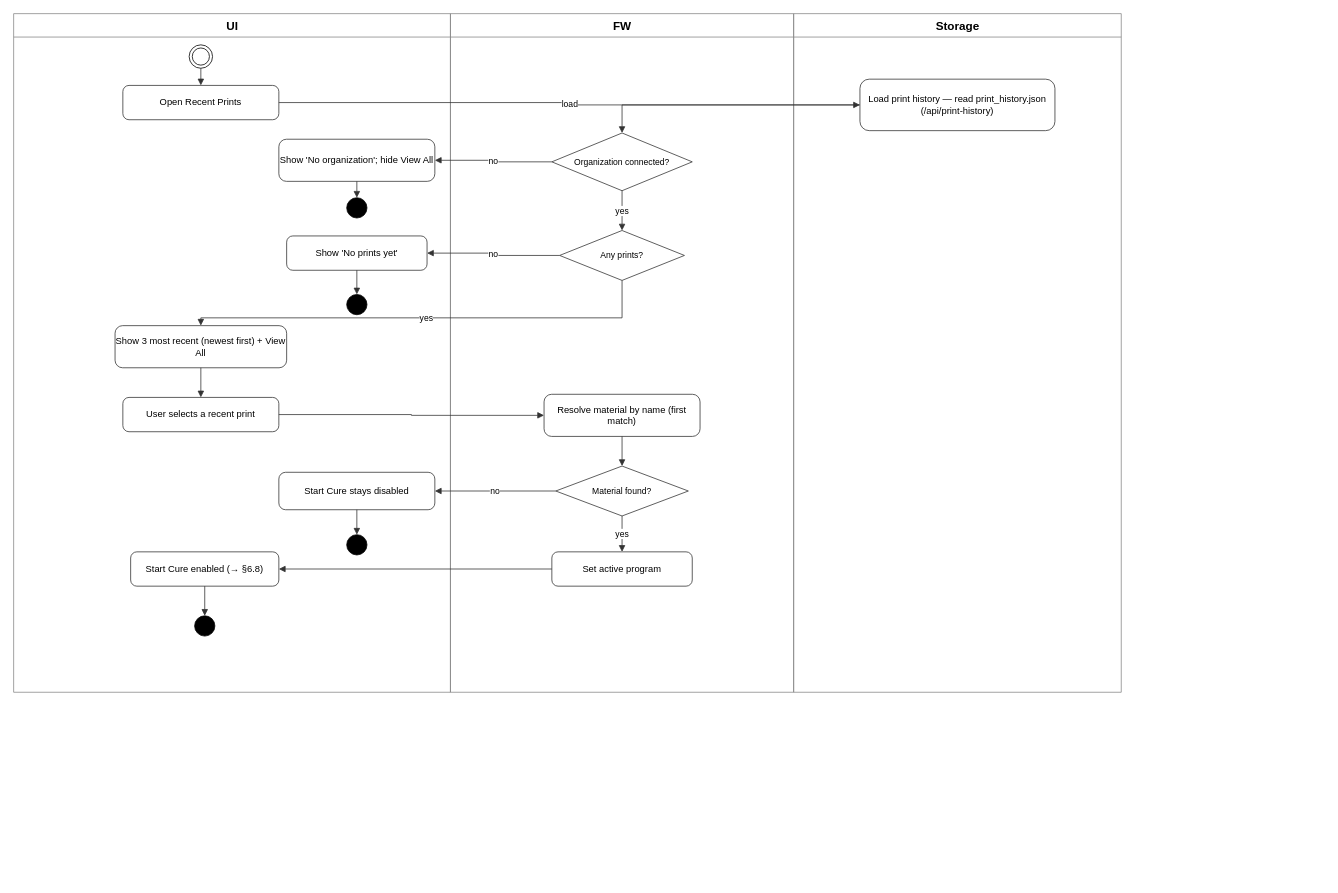
Before: docs/diagrams/recent-prints-flow.drawio in Amitaiw6/sCure-A, a draw.io diagram. Source tidied: cells renumbered, new cells numbered last; positions are measured from the earlier drawing's top-left corner, leaving out a move shared by most shapes. Both pictures are drawn from the tidied source at 78%, with x=0, y=0 at pixel (13, 13).
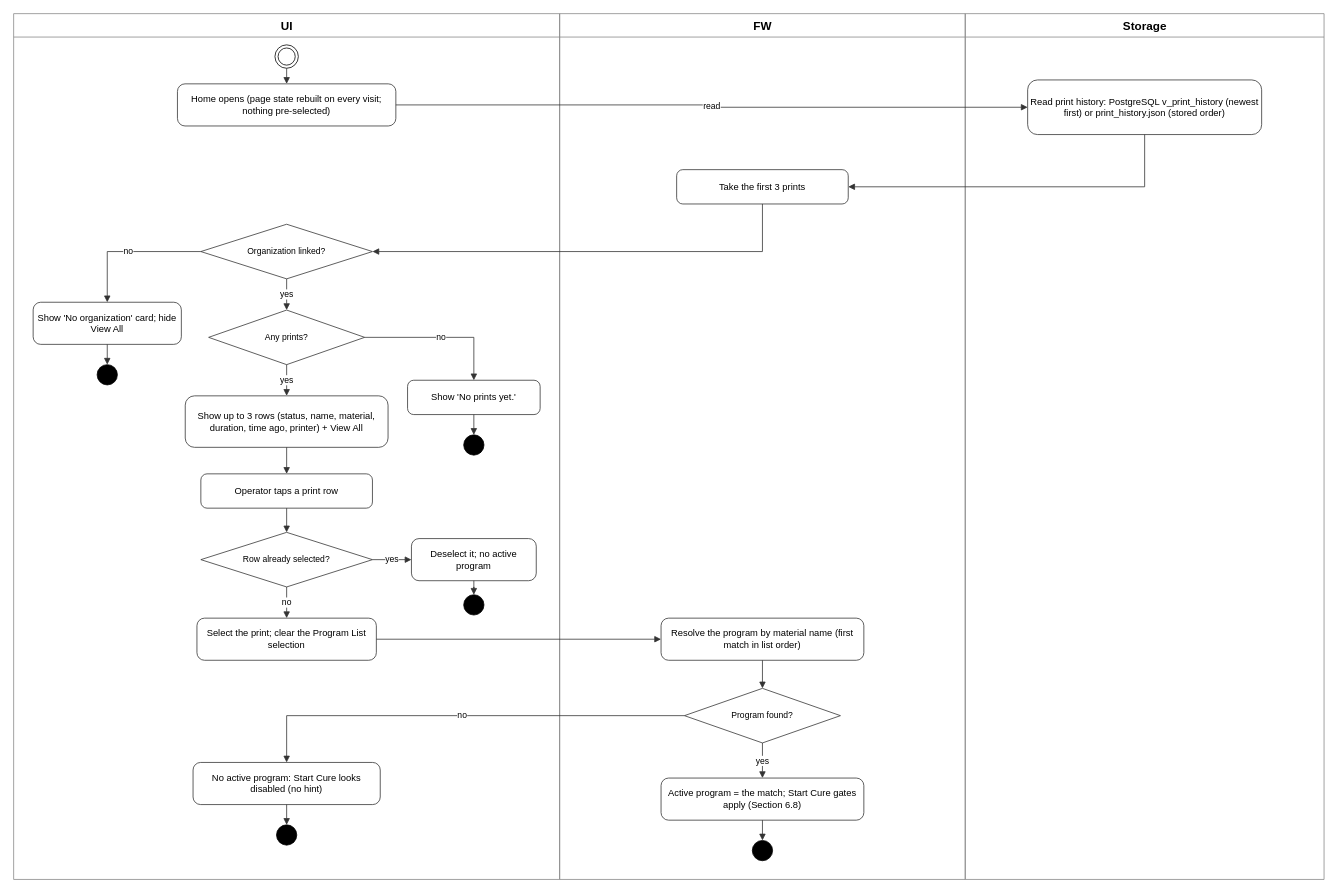
The same page after the edit.

The edit, as a diff of the source:
```diff
@@
     <mxCell id="2" value="UI" style="swimlane;html=1;startSize=30;horizontal=1;fillColor=none;strokeColor=#888888;fontSize=15;fontStyle=1;align=center;verticalAlign=top;swimlaneFillColor=none;" parent="1" vertex="1">
-      <mxGeometry width="560" height="870" as="geometry" />
+      <mxGeometry width="700" height="1110" as="geometry" />
     </mxCell>
-    <mxCell id="3" style="ellipse;whiteSpace=wrap;html=1;fillColor=#000000;strokeColor=#000000;" parent="2" vertex="1">
-      <mxGeometry x="427" y="360" width="26" height="26" as="geometry" />
-    </mxCell>
     <mxCell id="4" value="FW" style="swimlane;html=1;startSize=30;horizontal=1;fillColor=none;strokeColor=#888888;fontSize=15;fontStyle=1;align=center;verticalAlign=top;swimlaneFillColor=none;" parent="1" vertex="1">
-      <mxGeometry x="560" width="440" height="870" as="geometry" />
+      <mxGeometry x="700" width="520" height="1110" as="geometry" />
     </mxCell>
     <mxCell id="5" value="Storage" style="swimlane;html=1;startSize=30;horizontal=1;fillColor=none;strokeColor=#888888;fontSize=15;fontStyle=1;align=center;verticalAlign=top;swimlaneFillColor=none;" parent="1" vertex="1">
-      <mxGeometry x="1000" width="420" height="870" as="geometry" />
+      <mxGeometry x="1220" width="460" height="1110" as="geometry" />
     </mxCell>
     <mxCell id="6" style="ellipse;shape=doubleEllipse;html=1;dashed=0;whiteSpace=wrap;fillColor=#FFFFFF;strokeColor=#000000;" parent="1" vertex="1">
-      <mxGeometry x="225" y="40" width="30" height="30" as="geometry" />
+      <mxGeometry x="335" y="40" width="30" height="30" as="geometry" />
     </mxCell>
-    <mxCell id="7" value="Open Recent Prints" style="rounded=1;whiteSpace=wrap;html=1;arcSize=18;fillColor=#FFFFFF;strokeColor=#333333;fontSize=12;" parent="1" vertex="1">
-      <mxGeometry x="140" y="92" width="200" height="44" as="geometry" />
-    </mxCell>
-    <mxCell id="8" value="Load print history — read print_history.json (/api/print-history)" style="rounded=1;whiteSpace=wrap;html=1;arcSize=18;fillColor=#FFFFFF;strokeColor=#333333;fontSize=12;" parent="1" vertex="1">
-      <mxGeometry x="1085" y="84" width="250" height="66" as="geometry" />
-    </mxCell>
+    <mxCell id="40" value="Home opens (page state rebuilt on every visit; nothing pre-selected)" style="rounded=1;whiteSpace=wrap;html=1;arcSize=18;fillColor=#FFFFFF;strokeColor=#333333;fontSize=12;" parent="1" vertex="1">
+      <mxGeometry x="210" y="90" width="280" height="54" as="geometry" />
+    </mxCell>
+    <mxCell id="41" value="Read print history: PostgreSQL v_print_history (newest first) or print_history.json (stored order)" style="rounded=1;whiteSpace=wrap;html=1;arcSize=18;fillColor=#FFFFFF;strokeColor=#333333;fontSize=12;" parent="1" vertex="1">
+      <mxGeometry x="1300" y="85" width="300" height="70" as="geometry" />
+    </mxCell>
+    <mxCell id="42" value="Take the first 3 prints" style="rounded=1;whiteSpace=wrap;html=1;arcSize=18;fillColor=#FFFFFF;strokeColor=#333333;fontSize=12;" parent="1" vertex="1">
+      <mxGeometry x="850" y="200" width="220" height="44" as="geometry" />
+    </mxCell>
-    <mxCell id="9" value="Organization connected?" style="rhombus;whiteSpace=wrap;html=1;fillColor=#FFFFFF;strokeColor=#333333;fontSize=11;" parent="1" vertex="1">
-      <mxGeometry x="690" y="153" width="180" height="74" as="geometry" />
+    <mxCell id="9" value="Organization linked?" style="rhombus;whiteSpace=wrap;html=1;fillColor=#FFFFFF;strokeColor=#333333;fontSize=11;" parent="1" vertex="1">
+      <mxGeometry x="240" y="270" width="220" height="70" as="geometry" />
     </mxCell>
-    <mxCell id="10" value="Show 'No organization'; hide View All" style="rounded=1;whiteSpace=wrap;html=1;arcSize=18;fillColor=#FFFFFF;strokeColor=#333333;fontSize=12;" parent="1" vertex="1">
-      <mxGeometry x="340" y="161" width="200" height="54" as="geometry" />
-    </mxCell>
-    <mxCell id="11" style="ellipse;whiteSpace=wrap;html=1;fillColor=#000000;strokeColor=#000000;" parent="1" vertex="1">
-      <mxGeometry x="427" y="236" width="26" height="26" as="geometry" />
-    </mxCell>
+    <mxCell id="43" value="Show 'No organization' card; hide View All" style="rounded=1;whiteSpace=wrap;html=1;arcSize=18;fillColor=#FFFFFF;strokeColor=#333333;fontSize=12;" parent="1" vertex="1">
+      <mxGeometry x="25" y="370" width="190" height="54" as="geometry" />
+    </mxCell>
+    <mxCell id="44" style="ellipse;whiteSpace=wrap;html=1;fillColor=#000000;strokeColor=#000000;" parent="1" vertex="1">
+      <mxGeometry x="107" y="450" width="26" height="26" as="geometry" />
+    </mxCell>
     <mxCell id="12" value="Any prints?" style="rhombus;whiteSpace=wrap;html=1;fillColor=#FFFFFF;strokeColor=#333333;fontSize=11;" parent="1" vertex="1">
-      <mxGeometry x="700" y="278" width="160" height="64" as="geometry" />
+      <mxGeometry x="250" y="380" width="200" height="70" as="geometry" />
     </mxCell>
-    <mxCell id="13" value="Show 'No prints yet'" style="rounded=1;whiteSpace=wrap;html=1;arcSize=18;fillColor=#FFFFFF;strokeColor=#333333;fontSize=12;" parent="1" vertex="1">
-      <mxGeometry x="350" y="285" width="180" height="44" as="geometry" />
-    </mxCell>
-    <mxCell id="14" value="Show 3 most recent (newest first) + View All" style="rounded=1;whiteSpace=wrap;html=1;arcSize=18;fillColor=#FFFFFF;strokeColor=#333333;fontSize=12;" parent="1" vertex="1">
-      <mxGeometry x="130" y="400" width="220" height="54" as="geometry" />
-    </mxCell>
-    <mxCell id="15" value="User selects a recent print" style="rounded=1;whiteSpace=wrap;html=1;arcSize=18;fillColor=#FFFFFF;strokeColor=#333333;fontSize=12;" parent="1" vertex="1">
-      <mxGeometry x="140" y="492" width="200" height="44" as="geometry" />
-    </mxCell>
-    <mxCell id="16" value="Resolve material by name (first match)" style="rounded=1;whiteSpace=wrap;html=1;arcSize=18;fillColor=#FFFFFF;strokeColor=#333333;fontSize=12;" parent="1" vertex="1">
-      <mxGeometry x="680" y="488" width="200" height="54" as="geometry" />
-    </mxCell>
+    <mxCell id="45" value="Show 'No prints yet.'" style="rounded=1;whiteSpace=wrap;html=1;arcSize=18;fillColor=#FFFFFF;strokeColor=#333333;fontSize=12;" parent="1" vertex="1">
+      <mxGeometry x="505" y="470" width="170" height="44" as="geometry" />
+    </mxCell>
+    <mxCell id="46" style="ellipse;whiteSpace=wrap;html=1;fillColor=#000000;strokeColor=#000000;" parent="1" vertex="1">
+      <mxGeometry x="577" y="540" width="26" height="26" as="geometry" />
+    </mxCell>
+    <mxCell id="47" value="Show up to 3 rows (status, name, material, duration, time ago, printer) + View All" style="rounded=1;whiteSpace=wrap;html=1;arcSize=18;fillColor=#FFFFFF;strokeColor=#333333;fontSize=12;" parent="1" vertex="1">
+      <mxGeometry x="220" y="490" width="260" height="66" as="geometry" />
+    </mxCell>
+    <mxCell id="48" value="Operator taps a print row" style="rounded=1;whiteSpace=wrap;html=1;arcSize=18;fillColor=#FFFFFF;strokeColor=#333333;fontSize=12;" parent="1" vertex="1">
+      <mxGeometry x="240" y="590" width="220" height="44" as="geometry" />
+    </mxCell>
+    <mxCell id="49" value="Row already selected?" style="rhombus;whiteSpace=wrap;html=1;fillColor=#FFFFFF;strokeColor=#333333;fontSize=11;" parent="1" vertex="1">
+      <mxGeometry x="240" y="665" width="220" height="70" as="geometry" />
+    </mxCell>
+    <mxCell id="50" value="Deselect it; no active program" style="rounded=1;whiteSpace=wrap;html=1;arcSize=18;fillColor=#FFFFFF;strokeColor=#333333;fontSize=12;" parent="1" vertex="1">
+      <mxGeometry x="510" y="673" width="160" height="54" as="geometry" />
+    </mxCell>
+    <mxCell id="51" style="ellipse;whiteSpace=wrap;html=1;fillColor=#000000;strokeColor=#000000;" parent="1" vertex="1">
+      <mxGeometry x="577" y="745" width="26" height="26" as="geometry" />
+    </mxCell>
+    <mxCell id="52" value="Select the print; clear the Program List selection" style="rounded=1;whiteSpace=wrap;html=1;arcSize=18;fillColor=#FFFFFF;strokeColor=#333333;fontSize=12;" parent="1" vertex="1">
+      <mxGeometry x="235" y="775" width="230" height="54" as="geometry" />
+    </mxCell>
+    <mxCell id="53" value="Resolve the program by material name (first match in list order)" style="rounded=1;whiteSpace=wrap;html=1;arcSize=18;fillColor=#FFFFFF;strokeColor=#333333;fontSize=12;" parent="1" vertex="1">
+      <mxGeometry x="830" y="775" width="260" height="54" as="geometry" />
+    </mxCell>
-    <mxCell id="17" value="Material found?" style="rhombus;whiteSpace=wrap;html=1;fillColor=#FFFFFF;strokeColor=#333333;fontSize=11;" parent="1" vertex="1">
-      <mxGeometry x="695" y="580" width="170" height="64" as="geometry" />
+    <mxCell id="17" value="Program found?" style="rhombus;whiteSpace=wrap;html=1;fillColor=#FFFFFF;strokeColor=#333333;fontSize=11;" parent="1" vertex="1">
+      <mxGeometry x="860" y="865" width="200" height="70" as="geometry" />
     </mxCell>
-    <mxCell id="18" value="Start Cure stays disabled" style="rounded=1;whiteSpace=wrap;html=1;arcSize=18;fillColor=#FFFFFF;strokeColor=#333333;fontSize=12;" parent="1" vertex="1">
-      <mxGeometry x="340" y="588" width="200" height="48" as="geometry" />
-    </mxCell>
-    <mxCell id="19" style="ellipse;whiteSpace=wrap;html=1;fillColor=#000000;strokeColor=#000000;" parent="1" vertex="1">
-      <mxGeometry x="427" y="668" width="26" height="26" as="geometry" />
-    </mxCell>
-    <mxCell id="20" value="Set active program" style="rounded=1;whiteSpace=wrap;html=1;arcSize=18;fillColor=#FFFFFF;strokeColor=#333333;fontSize=12;" parent="1" vertex="1">
-      <mxGeometry x="690" y="690" width="180" height="44" as="geometry" />
-    </mxCell>
-    <mxCell id="21" value="Start Cure enabled (→ §6.8)" style="rounded=1;whiteSpace=wrap;html=1;arcSize=18;fillColor=#FFFFFF;strokeColor=#333333;fontSize=12;" parent="1" vertex="1">
-      <mxGeometry x="150" y="690" width="190" height="44" as="geometry" />
-    </mxCell>
-    <mxCell id="22" style="ellipse;whiteSpace=wrap;html=1;fillColor=#000000;strokeColor=#000000;" parent="1" vertex="1">
-      <mxGeometry x="232" y="772" width="26" height="26" as="geometry" />
-    </mxCell>
-    <mxCell id="23" style="edgeStyle=orthogonalEdgeStyle;rounded=0;html=1;strokeColor=#333333;endArrow=block;fontSize=11;" parent="1" edge="1" source="6" target="7">
-      <mxGeometry relative="1" as="geometry" />
-    </mxCell>
-    <mxCell id="24" value="load" style="edgeStyle=orthogonalEdgeStyle;rounded=0;html=1;strokeColor=#333333;endArrow=block;fontSize=11;" parent="1" edge="1" source="7" target="8">
-      <mxGeometry relative="1" as="geometry" />
-    </mxCell>
-    <mxCell id="25" style="edgeStyle=orthogonalEdgeStyle;rounded=0;html=1;strokeColor=#333333;endArrow=block;fontSize=11;" parent="1" edge="1" source="8" target="9">
-      <mxGeometry relative="1" as="geometry" />
-    </mxCell>
-    <mxCell id="26" value="no" style="edgeStyle=orthogonalEdgeStyle;rounded=0;html=1;strokeColor=#333333;endArrow=block;fontSize=11;" parent="1" edge="1" source="9" target="10">
-      <mxGeometry relative="1" as="geometry" />
-    </mxCell>
-    <mxCell id="27" style="edgeStyle=orthogonalEdgeStyle;rounded=0;html=1;strokeColor=#333333;endArrow=block;fontSize=11;" parent="1" edge="1" source="10" target="11">
-      <mxGeometry relative="1" as="geometry" />
-    </mxCell>
+    <mxCell id="54" value="No active program: Start Cure looks disabled (no hint)" style="rounded=1;whiteSpace=wrap;html=1;arcSize=18;fillColor=#FFFFFF;strokeColor=#333333;fontSize=12;" parent="1" vertex="1">
+      <mxGeometry x="230" y="960" width="240" height="54" as="geometry" />
+    </mxCell>
+    <mxCell id="55" style="ellipse;whiteSpace=wrap;html=1;fillColor=#000000;strokeColor=#000000;" parent="1" vertex="1">
+      <mxGeometry x="337" y="1040" width="26" height="26" as="geometry" />
+    </mxCell>
+    <mxCell id="56" value="Active program = the match; Start Cure gates apply (Section 6.8)" style="rounded=1;whiteSpace=wrap;html=1;arcSize=18;fillColor=#FFFFFF;strokeColor=#333333;fontSize=12;" parent="1" vertex="1">
+      <mxGeometry x="830" y="980" width="260" height="54" as="geometry" />
+    </mxCell>
+    <mxCell id="57" style="ellipse;whiteSpace=wrap;html=1;fillColor=#000000;strokeColor=#000000;" parent="1" vertex="1">
+      <mxGeometry x="947" y="1060" width="26" height="26" as="geometry" />
+    </mxCell>
+    <mxCell id="58" style="edgeStyle=orthogonalEdgeStyle;rounded=0;html=1;strokeColor=#333333;endArrow=block;fontSize=11;" parent="1" edge="1" source="6" target="40">
+      <mxGeometry relative="1" as="geometry" />
+    </mxCell>
+    <mxCell id="59" value="read" style="edgeStyle=orthogonalEdgeStyle;rounded=0;html=1;strokeColor=#333333;endArrow=block;fontSize=11;exitX=1;exitY=0.5;exitDx=0;exitDy=0;entryX=0;entryY=0.5;entryDx=0;entryDy=0;" parent="1" edge="1" source="40" target="41">
+      <mxGeometry relative="1" as="geometry" />
+    </mxCell>
+    <mxCell id="60" style="edgeStyle=orthogonalEdgeStyle;rounded=0;html=1;strokeColor=#333333;endArrow=block;fontSize=11;exitX=0.5;exitY=1;exitDx=0;exitDy=0;entryX=1;entryY=0.5;entryDx=0;entryDy=0;" parent="1" edge="1" source="41" target="42">
+      <mxGeometry relative="1" as="geometry">
+        <Array as="points">
+          <mxPoint x="1450" y="222" />
+        </Array>
+      </mxGeometry>
+    </mxCell>
+    <mxCell id="61" style="edgeStyle=orthogonalEdgeStyle;rounded=0;html=1;strokeColor=#333333;endArrow=block;fontSize=11;exitX=0.5;exitY=1;exitDx=0;exitDy=0;entryX=1;entryY=0.5;entryDx=0;entryDy=0;" parent="1" edge="1" source="42" target="9">
+      <mxGeometry relative="1" as="geometry">
+        <Array as="points">
+          <mxPoint x="960" y="305" />
+        </Array>
+      </mxGeometry>
+    </mxCell>
+    <mxCell id="62" value="no" style="edgeStyle=orthogonalEdgeStyle;rounded=0;html=1;strokeColor=#333333;endArrow=block;fontSize=11;exitX=0;exitY=0.5;exitDx=0;exitDy=0;entryX=0.5;entryY=0;entryDx=0;entryDy=0;" parent="1" edge="1" source="9" target="43">
+      <mxGeometry relative="1" as="geometry" />
+    </mxCell>
+    <mxCell id="63" style="edgeStyle=orthogonalEdgeStyle;rounded=0;html=1;strokeColor=#333333;endArrow=block;fontSize=11;" parent="1" edge="1" source="43" target="44">
+      <mxGeometry relative="1" as="geometry" />
+    </mxCell>
-    <mxCell id="28" value="yes" style="edgeStyle=orthogonalEdgeStyle;rounded=0;html=1;strokeColor=#333333;endArrow=block;fontSize=11;" parent="1" edge="1" source="9" target="12">
+    <mxCell id="28" value="yes" style="edgeStyle=orthogonalEdgeStyle;rounded=0;html=1;strokeColor=#333333;endArrow=block;fontSize=11;exitX=0.5;exitY=1;exitDx=0;exitDy=0;entryX=0.5;entryY=0;entryDx=0;entryDy=0;" parent="1" edge="1" source="9" target="12">
       <mxGeometry relative="1" as="geometry" />
     </mxCell>
-    <mxCell id="29" value="no" style="edgeStyle=orthogonalEdgeStyle;rounded=0;html=1;strokeColor=#333333;endArrow=block;fontSize=11;" parent="1" edge="1" source="12" target="13">
-      <mxGeometry relative="1" as="geometry" />
-    </mxCell>
-    <mxCell id="30" style="edgeStyle=orthogonalEdgeStyle;rounded=0;html=1;strokeColor=#333333;endArrow=block;fontSize=11;" parent="1" edge="1" source="13" target="3">
-      <mxGeometry relative="1" as="geometry" />
-    </mxCell>
-    <mxCell id="31" value="yes" style="edgeStyle=orthogonalEdgeStyle;rounded=0;html=1;strokeColor=#333333;endArrow=block;fontSize=11;" parent="1" edge="1" source="12" target="14">
-      <mxGeometry relative="1" as="geometry">
-        <Array as="points">
-          <mxPoint x="780" y="390" />
-          <mxPoint x="240" y="390" />
-        </Array>
-      </mxGeometry>
-    </mxCell>
-    <mxCell id="32" style="edgeStyle=orthogonalEdgeStyle;rounded=0;html=1;strokeColor=#333333;endArrow=block;fontSize=11;" parent="1" edge="1" source="14" target="15">
-      <mxGeometry relative="1" as="geometry" />
-    </mxCell>
-    <mxCell id="33" style="edgeStyle=orthogonalEdgeStyle;rounded=0;html=1;strokeColor=#333333;endArrow=block;fontSize=11;" parent="1" edge="1" source="15" target="16">
-      <mxGeometry relative="1" as="geometry" />
-    </mxCell>
-    <mxCell id="34" style="edgeStyle=orthogonalEdgeStyle;rounded=0;html=1;strokeColor=#333333;endArrow=block;fontSize=11;" parent="1" edge="1" source="16" target="17">
-      <mxGeometry relative="1" as="geometry" />
-    </mxCell>
-    <mxCell id="35" value="no" style="edgeStyle=orthogonalEdgeStyle;rounded=0;html=1;strokeColor=#333333;endArrow=block;fontSize=11;" parent="1" edge="1" source="17" target="18">
-      <mxGeometry relative="1" as="geometry" />
-    </mxCell>
-    <mxCell id="36" style="edgeStyle=orthogonalEdgeStyle;rounded=0;html=1;strokeColor=#333333;endArrow=block;fontSize=11;" parent="1" edge="1" source="18" target="19">
-      <mxGeometry relative="1" as="geometry" />
-    </mxCell>
-    <mxCell id="37" value="yes" style="edgeStyle=orthogonalEdgeStyle;rounded=0;html=1;strokeColor=#333333;endArrow=block;fontSize=11;" parent="1" edge="1" source="17" target="20">
-      <mxGeometry relative="1" as="geometry" />
-    </mxCell>
-    <mxCell id="38" style="edgeStyle=orthogonalEdgeStyle;rounded=0;html=1;strokeColor=#333333;endArrow=block;fontSize=11;" parent="1" edge="1" source="20" target="21">
-      <mxGeometry relative="1" as="geometry" />
-    </mxCell>
-    <mxCell id="39" style="edgeStyle=orthogonalEdgeStyle;rounded=0;html=1;strokeColor=#333333;endArrow=block;fontSize=11;" parent="1" edge="1" source="21" target="22">
-      <mxGeometry relative="1" as="geometry" />
-    </mxCell>
+    <mxCell id="64" value="no" style="edgeStyle=orthogonalEdgeStyle;rounded=0;html=1;strokeColor=#333333;endArrow=block;fontSize=11;exitX=1;exitY=0.5;exitDx=0;exitDy=0;entryX=0.5;entryY=0;entryDx=0;entryDy=0;" parent="1" edge="1" source="12" target="45">
+      <mxGeometry relative="1" as="geometry" />
+    </mxCell>
+    <mxCell id="65" style="edgeStyle=orthogonalEdgeStyle;rounded=0;html=1;strokeColor=#333333;endArrow=block;fontSize=11;" parent="1" edge="1" source="45" target="46">
+      <mxGeometry relative="1" as="geometry" />
+    </mxCell>
+    <mxCell id="66" value="yes" style="edgeStyle=orthogonalEdgeStyle;rounded=0;html=1;strokeColor=#333333;endArrow=block;fontSize=11;exitX=0.5;exitY=1;exitDx=0;exitDy=0;entryX=0.5;entryY=0;entryDx=0;entryDy=0;" parent="1" edge="1" source="12" target="47">
+      <mxGeometry relative="1" as="geometry" />
+    </mxCell>
+    <mxCell id="67" style="edgeStyle=orthogonalEdgeStyle;rounded=0;html=1;strokeColor=#333333;endArrow=block;fontSize=11;" parent="1" edge="1" source="47" target="48">
+      <mxGeometry relative="1" as="geometry" />
+    </mxCell>
+    <mxCell id="68" style="edgeStyle=orthogonalEdgeStyle;rounded=0;html=1;strokeColor=#333333;endArrow=block;fontSize=11;" parent="1" edge="1" source="48" target="49">
+      <mxGeometry relative="1" as="geometry" />
+    </mxCell>
+    <mxCell id="69" value="yes" style="edgeStyle=orthogonalEdgeStyle;rounded=0;html=1;strokeColor=#333333;endArrow=block;fontSize=11;exitX=1;exitY=0.5;exitDx=0;exitDy=0;entryX=0;entryY=0.5;entryDx=0;entryDy=0;" parent="1" edge="1" source="49" target="50">
+      <mxGeometry relative="1" as="geometry" />
+    </mxCell>
+    <mxCell id="70" style="edgeStyle=orthogonalEdgeStyle;rounded=0;html=1;strokeColor=#333333;endArrow=block;fontSize=11;" parent="1" edge="1" source="50" target="51">
+      <mxGeometry relative="1" as="geometry" />
+    </mxCell>
+    <mxCell id="71" value="no" style="edgeStyle=orthogonalEdgeStyle;rounded=0;html=1;strokeColor=#333333;endArrow=block;fontSize=11;exitX=0.5;exitY=1;exitDx=0;exitDy=0;entryX=0.5;entryY=0;entryDx=0;entryDy=0;" parent="1" edge="1" source="49" target="52">
+      <mxGeometry relative="1" as="geometry" />
+    </mxCell>
+    <mxCell id="72" style="edgeStyle=orthogonalEdgeStyle;rounded=0;html=1;strokeColor=#333333;endArrow=block;fontSize=11;exitX=1;exitY=0.5;exitDx=0;exitDy=0;entryX=0;entryY=0.5;entryDx=0;entryDy=0;" parent="1" edge="1" source="52" target="53">
+      <mxGeometry relative="1" as="geometry" />
+    </mxCell>
+    <mxCell id="73" style="edgeStyle=orthogonalEdgeStyle;rounded=0;html=1;strokeColor=#333333;endArrow=block;fontSize=11;" parent="1" edge="1" source="53" target="17">
+      <mxGeometry relative="1" as="geometry" />
+    </mxCell>
+    <mxCell id="74" value="no" style="edgeStyle=orthogonalEdgeStyle;rounded=0;html=1;strokeColor=#333333;endArrow=block;fontSize=11;exitX=0;exitY=0.5;exitDx=0;exitDy=0;entryX=0.5;entryY=0;entryDx=0;entryDy=0;" parent="1" edge="1" source="17" target="54">
+      <mxGeometry relative="1" as="geometry">
+        <Array as="points">
+          <mxPoint x="350" y="900" />
+        </Array>
+      </mxGeometry>
+    </mxCell>
+    <mxCell id="75" style="edgeStyle=orthogonalEdgeStyle;rounded=0;html=1;strokeColor=#333333;endArrow=block;fontSize=11;" parent="1" edge="1" source="54" target="55">
+      <mxGeometry relative="1" as="geometry" />
+    </mxCell>
+    <mxCell id="76" value="yes" style="edgeStyle=orthogonalEdgeStyle;rounded=0;html=1;strokeColor=#333333;endArrow=block;fontSize=11;exitX=0.5;exitY=1;exitDx=0;exitDy=0;entryX=0.5;entryY=0;entryDx=0;entryDy=0;" parent="1" edge="1" source="17" target="56">
+      <mxGeometry relative="1" as="geometry" />
+    </mxCell>
+    <mxCell id="77" style="edgeStyle=orthogonalEdgeStyle;rounded=0;html=1;strokeColor=#333333;endArrow=block;fontSize=11;" parent="1" edge="1" source="56" target="57">
+      <mxGeometry relative="1" as="geometry" />
+    </mxCell>
```
